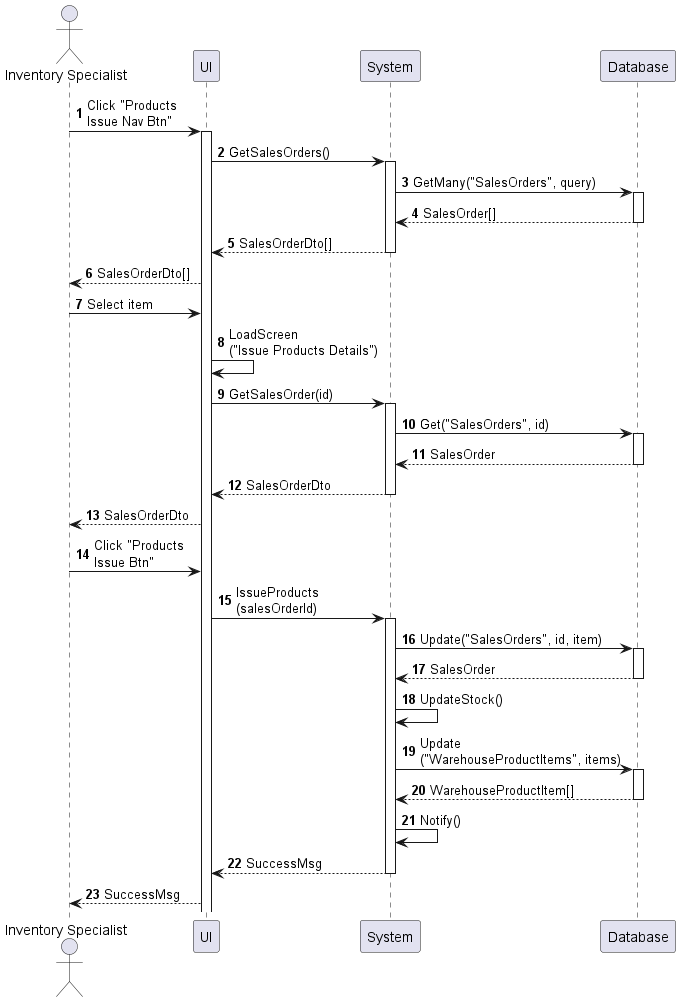
phihungha/scmss-reqs keeps this PlantUML diagram as sequences/inventory-product-issue.png. Above is the earlier version.
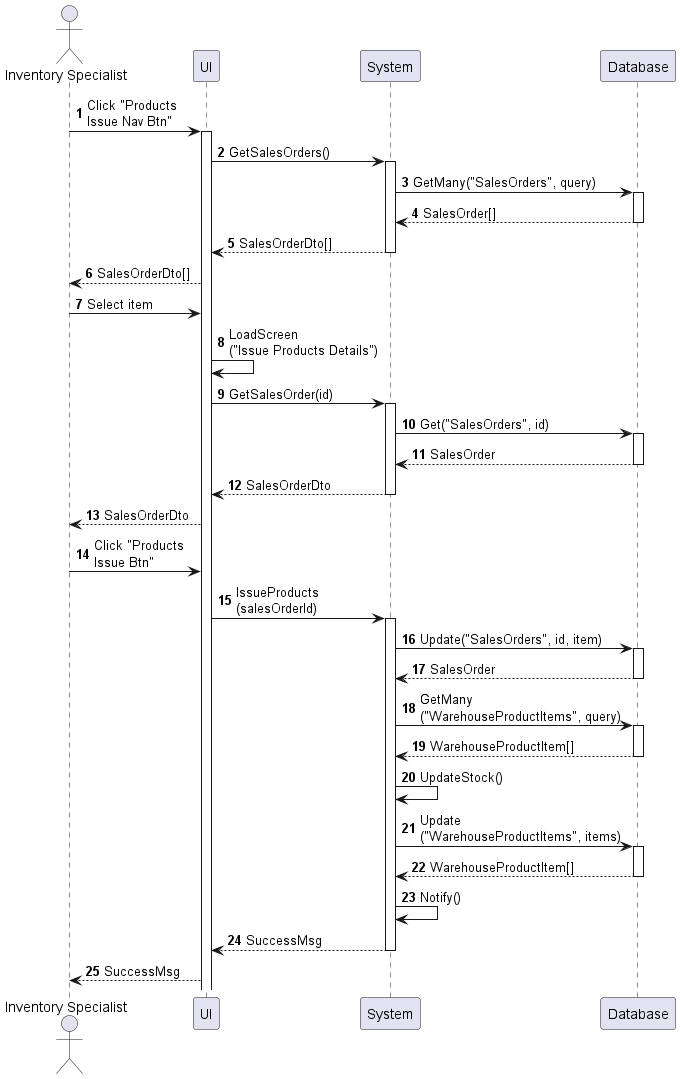
Above is the later version.

Diff of the diagram source:
```diff
@@ -30,6 +30,9 @@
 b -> d : Update("SalesOrders", id, item)
 activate d
 return SalesOrder
+b -> d : GetMany\n("WarehouseProductItems", query)
+activate d
+return WarehouseProductItem[]
 b -> b : UpdateStock()
 b -> d : Update\n("WarehouseProductItems", items)
 activate d
```
